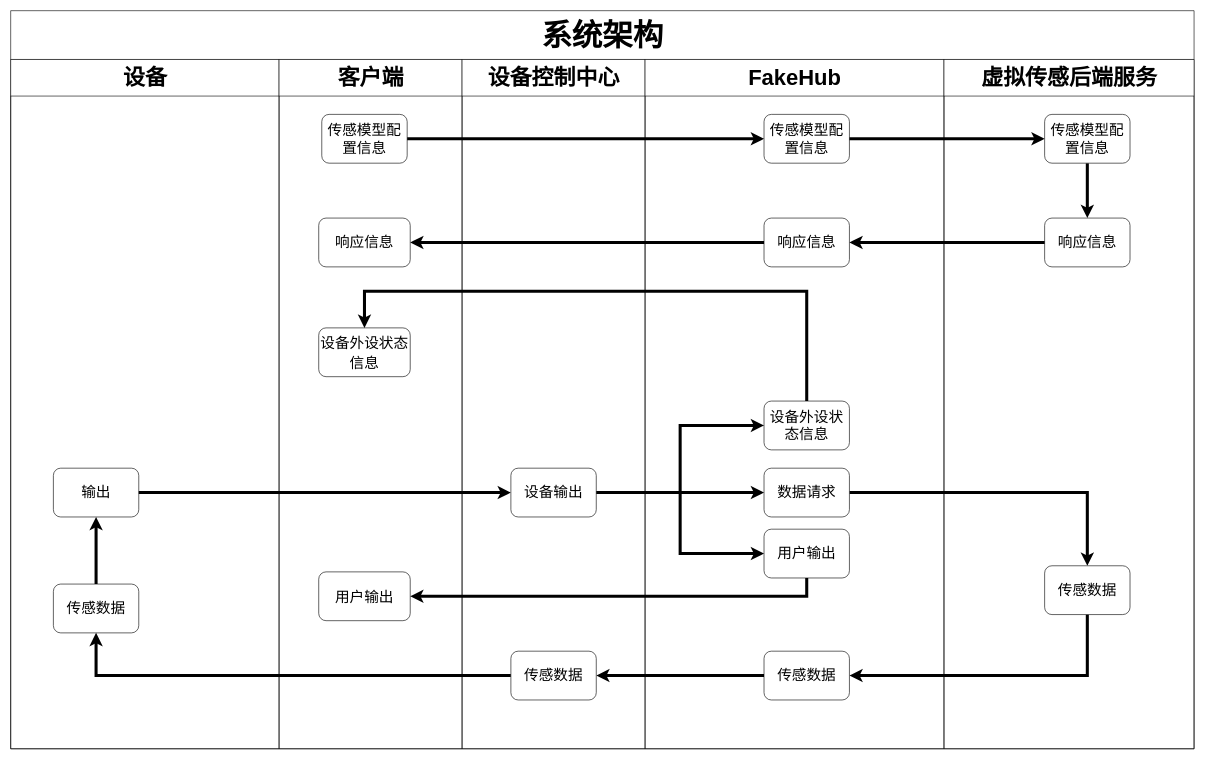
Placeboy/FakeHub keeps this draw.io diagram as Copy of architecture.drawio. Above is the earlier version. Source tidied: cells renumbered, new cells numbered last; positions are measured from the earlier drawing's top-left corner, leaving out a move shared by most shapes. Both pictures are drawn from the tidied source at 61%, with x=0, y=0 at pixel (10, 10).
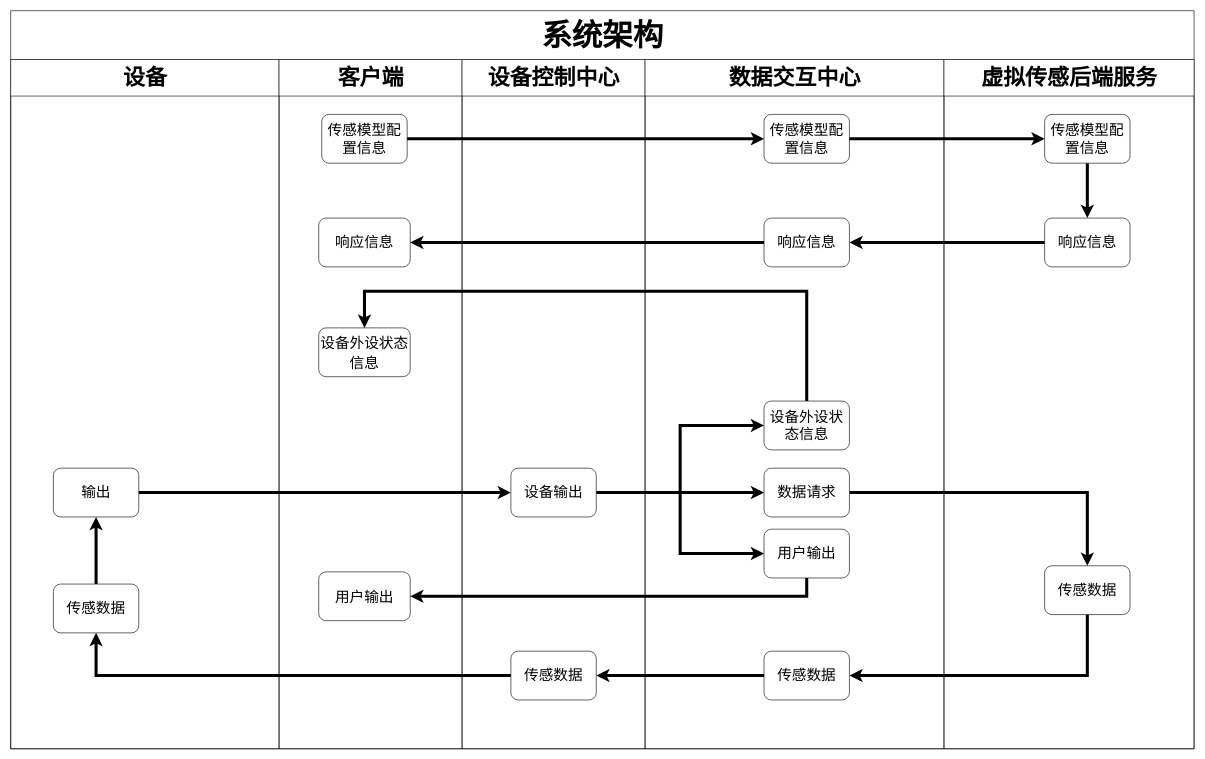
Above is the later version.

The change refers to these unchanged cells:
```xml
<mxCell id="2" value="&lt;font style=&quot;font-size: 50px;&quot;&gt;系统架构&lt;/font&gt;" style="swimlane;html=1;startSize=80;rounded=0;shadow=0;labelBackgroundColor=none;strokeWidth=1;fontFamily=Verdana;fontSize=8;align=center;" parent="1" vertex="1">
  <mxGeometry width="1940" height="1210" as="geometry" />
</mxCell>
```

Change to the diagram source:
```diff
@@
-    <mxCell id="25" value="&lt;span style=&quot;font-size: 36px;&quot;&gt;FakeHub&lt;/span&gt;" style="swimlane;html=1;startSize=60;" parent="2" vertex="1">
+    <mxCell id="25" value="&lt;span style=&quot;text-align: start; font-family: 宋体;&quot;&gt;&lt;font style=&quot;font-size: 36px;&quot;&gt;数据交互中心&lt;/font&gt;&lt;/span&gt;&lt;span style=&quot;font-size: medium; font-weight: 400; text-align: start;&quot;&gt;&lt;/span&gt;" style="swimlane;html=1;startSize=60;" parent="2" vertex="1">
       <mxGeometry x="1040" y="80" width="490" height="1130" as="geometry" />
     </mxCell>
```
